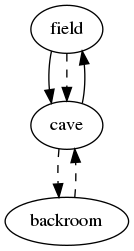
This is map.png from ShortRibs11/TextBasedAdventureGame, a Graphviz export, as it was before one commit. Its source is kept beside it as map.gv.
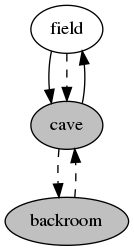
After the change.

Diff of the diagram source:
```diff
@@ -1,4 +1,6 @@
 digraph map {
+	node [style=filled, fillcolor=grey]
+	field [fillcolor=white]
 	field -> cave
 	field -> cave [style=dashed]
 	cave -> field
```
